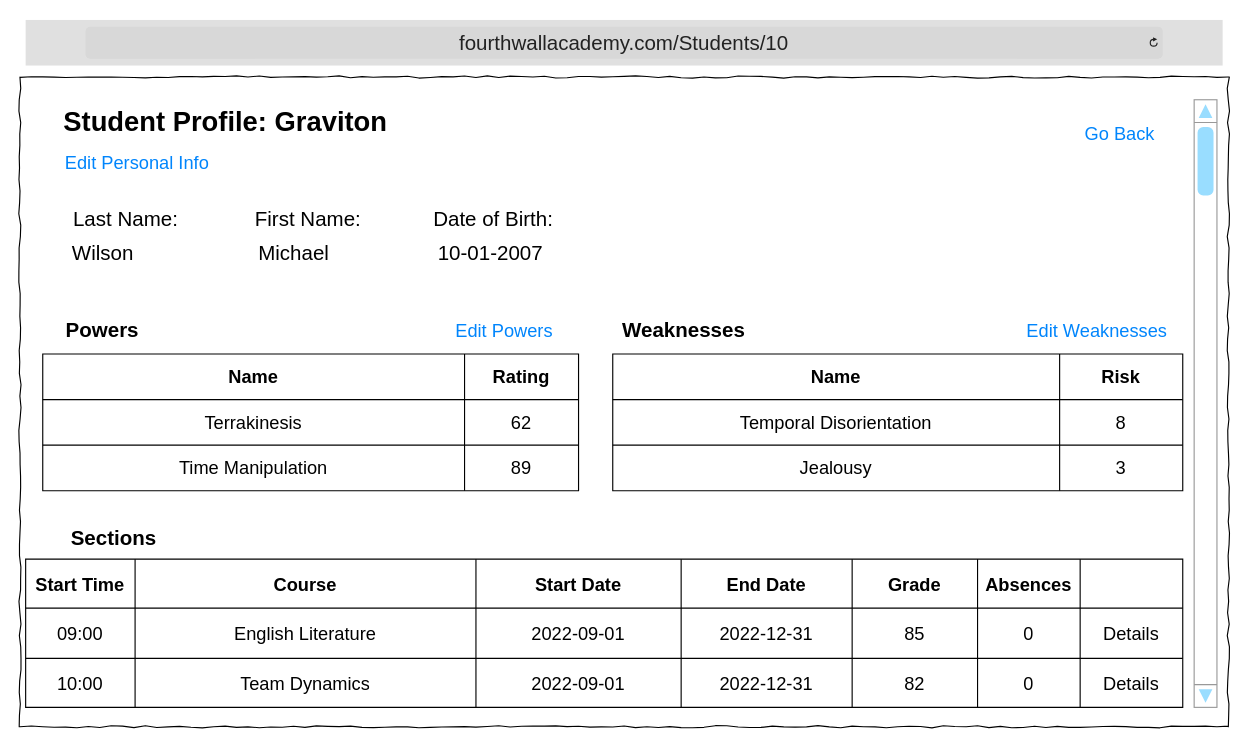
The draw.io diagram DesignDocument/Wireframes/4thWallAcademy_Students_Details.drawio in TRed91/4thWallAcademy, before the edit. Source tidied: cells renumbered, new cells numbered last; positions are measured from the earlier drawing's top-left corner, leaving out a move shared by most shapes. Both pictures are drawn from the tidied source at 114%, with x=0, y=0 at pixel (19, 19).
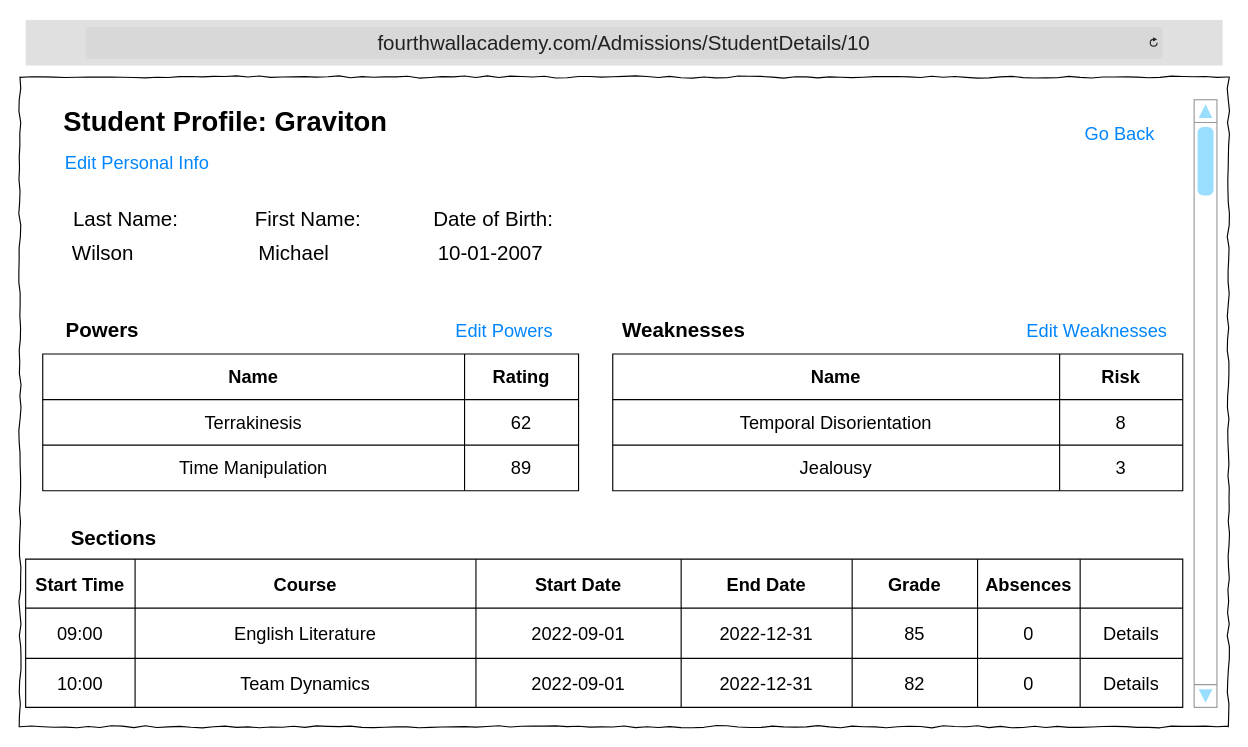
The same page after the edit.

The edit, as a diff of the source:
```diff
@@
-    <mxCell id="4" value="&lt;font style=&quot;font-size: 18px;&quot;&gt;fourthwallacademy.com/Students/10&lt;/font&gt;" style="html=1;strokeWidth=1;shadow=0;dashed=0;shape=mxgraph.ios7ui.url;fillColor=#e0e0e0;strokeColor=#c0c0c0;buttonText=;strokeColor2=#222222;fontColor=#222222;fontSize=8;spacingTop=2;align=center;whiteSpace=wrap;" parent="1" vertex="1">
+    <mxCell id="4" value="&lt;font style=&quot;font-size: 18px;&quot;&gt;fourthwallacademy.com/Admissions/StudentDetails/10&lt;/font&gt;" style="html=1;strokeWidth=1;shadow=0;dashed=0;shape=mxgraph.ios7ui.url;fillColor=#e0e0e0;strokeColor=#c0c0c0;buttonText=;strokeColor2=#222222;fontColor=#222222;fontSize=8;spacingTop=2;align=center;whiteSpace=wrap;" parent="1" vertex="1">
       <mxGeometry x="5" width="1050" height="40" as="geometry" />
     </mxCell>
```
